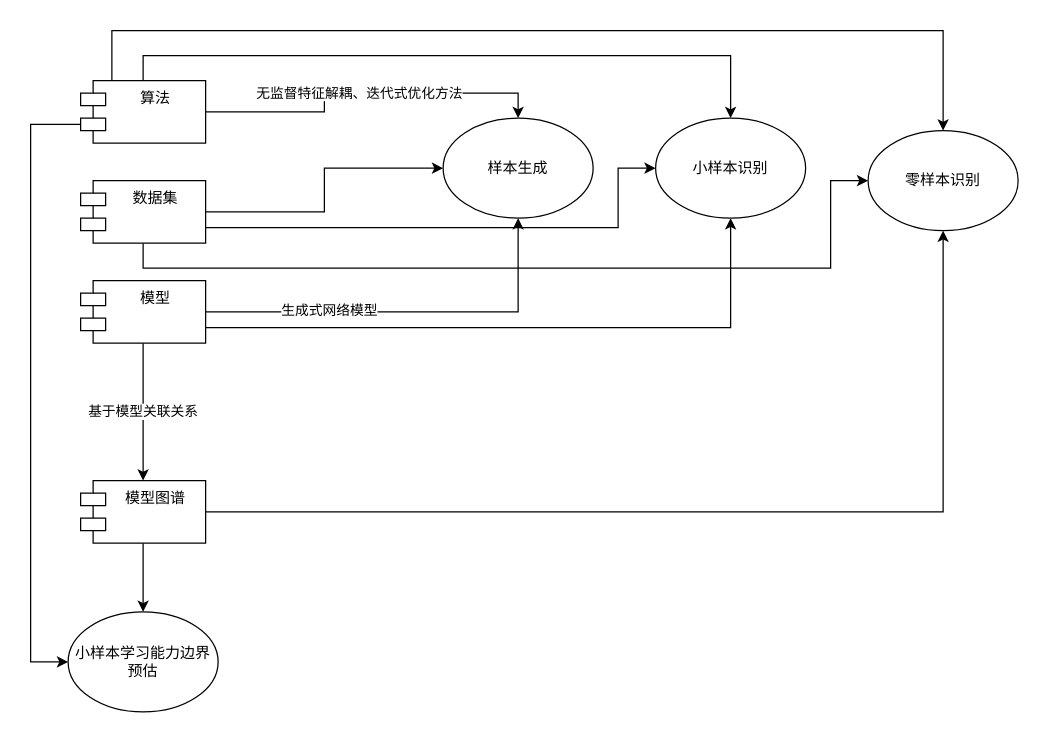
foreignbill/drawio keeps this draw.io diagram as t1.drawio. Above is the earlier version. Source tidied: cells renumbered, new cells numbered last; positions are measured from the earlier drawing's top-left corner, leaving out a move shared by most shapes. Both pictures are drawn from the tidied source at 125%, with x=0, y=0 at pixel (30, 30).
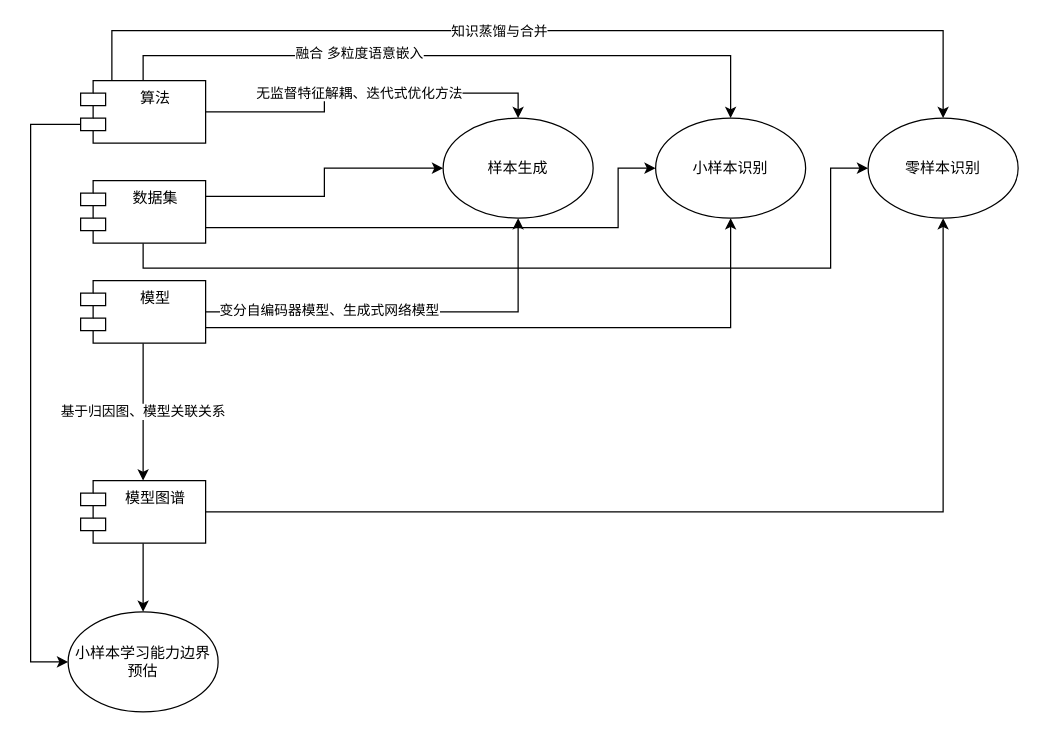
The same page after the edit.

The change refers to these unchanged cells:
```xml
<mxCell id="2" style="edgeStyle=orthogonalEdgeStyle;rounded=0;jettySize=auto;html=1;exitX=1;exitY=0.5;exitDx=0;exitDy=0;entryX=0.5;entryY=1;entryDx=0;entryDy=0;" parent="1" edge="1" source="6" target="20">
  <mxGeometry relative="1" as="geometry">
    <Array as="points">
      <mxPoint x="390" y="225" />
    </Array>
  </mxGeometry>
</mxCell>
<mxCell id="6" value="模型" style="shape=module;align=left;spacingLeft=20;align=center;verticalAlign=top;" parent="1" vertex="1">
  <mxGeometry x="40" y="200" width="100" height="50" as="geometry" />
</mxCell>
<mxCell id="10" value="数据集" style="shape=module;align=left;spacingLeft=20;align=center;verticalAlign=top;" parent="1" vertex="1">
  <mxGeometry x="40" y="120" width="100" height="50" as="geometry" />
</mxCell>
<mxCell id="13" value="模型图谱" style="shape=module;align=left;spacingLeft=20;align=center;verticalAlign=top;" parent="1" vertex="1">
  <mxGeometry x="40" y="360" width="100" height="50" as="geometry" />
</mxCell>
<mxCell id="17" style="edgeStyle=orthogonalEdgeStyle;rounded=0;jettySize=auto;html=1;exitX=0.5;exitY=0;exitDx=0;exitDy=0;entryX=0.5;entryY=0;entryDx=0;entryDy=0;" parent="1" edge="1" source="19" target="21">
  <mxGeometry relative="1" as="geometry" />
</mxCell>
<mxCell id="18" style="edgeStyle=orthogonalEdgeStyle;rounded=0;jettySize=auto;html=1;exitX=0.25;exitY=0;exitDx=0;exitDy=0;entryX=0.5;entryY=0;entryDx=0;entryDy=0;" parent="1" edge="1" source="19" target="24">
  <mxGeometry relative="1" as="geometry">
    <Array as="points">
      <mxPoint x="65" />
      <mxPoint x="730" />
    </Array>
  </mxGeometry>
</mxCell>
<mxCell id="20" value="样本生成" style="ellipse;whiteSpace=wrap;html=1;" parent="1" vertex="1">
  <mxGeometry x="330" y="70" width="120" height="80" as="geometry" />
</mxCell>
```

Diff of the diagram source:
```diff
@@
-    <mxCell id="3" value="生成式网络模型" style="edgeLabel;html=1;align=center;verticalAlign=middle;" parent="2" vertex="1">
+    <mxCell id="3" value="变分自编码器模型、生成式网络模型" style="edgeLabel;html=1;align=center;verticalAlign=middle;" parent="2" vertex="1">
       <mxGeometry x="-0.4" y="2" relative="1" as="geometry" />
     </mxCell>
-    <mxCell id="4" value="基于模型关联关系" style="edgeStyle=orthogonalEdgeStyle;rounded=0;jettySize=auto;html=1;exitX=0.5;exitY=1;exitDx=0;exitDy=0;entryX=0.5;entryY=0;entryDx=0;entryDy=0;" parent="1" edge="1" source="6" target="13">
+    <mxCell id="4" value="基于归因图、模型关联关系" style="edgeStyle=orthogonalEdgeStyle;rounded=0;jettySize=auto;html=1;exitX=0.5;exitY=1;exitDx=0;exitDy=0;entryX=0.5;entryY=0;entryDx=0;entryDy=0;" parent="1" edge="1" source="6" target="13">
       <mxGeometry relative="1" as="geometry" />
     </mxCell>
@@
-    <mxCell id="7" style="edgeStyle=orthogonalEdgeStyle;rounded=0;jettySize=auto;html=1;exitX=1;exitY=0.5;exitDx=0;exitDy=0;entryX=0;entryY=0.5;entryDx=0;entryDy=0;" parent="1" edge="1" source="10" target="20">
+    <mxCell id="7" style="edgeStyle=orthogonalEdgeStyle;rounded=0;jettySize=auto;html=1;exitX=1;exitY=0.25;exitDx=0;exitDy=0;entryX=0;entryY=0.5;entryDx=0;entryDy=0;" parent="1" edge="1" source="10" target="20">
       <mxGeometry relative="1" as="geometry" />
     </mxCell>
@@
     <mxCell id="9" style="edgeStyle=orthogonalEdgeStyle;rounded=0;jettySize=auto;html=1;entryX=0;entryY=0.5;entryDx=0;entryDy=0;exitX=0.5;exitY=1;exitDx=0;exitDy=0;" parent="1" edge="1" source="10" target="24">
       <mxGeometry relative="1" as="geometry">
         <Array as="points">
           <mxPoint x="90" y="190" />
           <mxPoint x="640" y="190" />
-          <mxPoint x="640" y="120" />
+          <mxPoint x="640" y="110" />
         </Array>
       </mxGeometry>
     </mxCell>
@@
+    <mxCell id="25" value="融合 多粒度语意嵌入" style="edgeLabel;html=1;align=center;verticalAlign=middle;" parent="17" vertex="1">
+      <mxGeometry x="-0.29" y="3" relative="1" as="geometry" />
+    </mxCell>
@@
+    <mxCell id="26" value="知识蒸馏与合并" style="edgeLabel;html=1;align=center;verticalAlign=middle;" parent="18" vertex="1">
+      <mxGeometry x="-0.1" relative="1" as="geometry" />
+    </mxCell>
@@
     <mxCell id="24" value="零样本识别" style="ellipse;whiteSpace=wrap;html=1;" parent="1" vertex="1">
-      <mxGeometry x="670" y="80" width="120" height="80" as="geometry" />
+      <mxGeometry x="670" y="70" width="120" height="80" as="geometry" />
     </mxCell>
```
